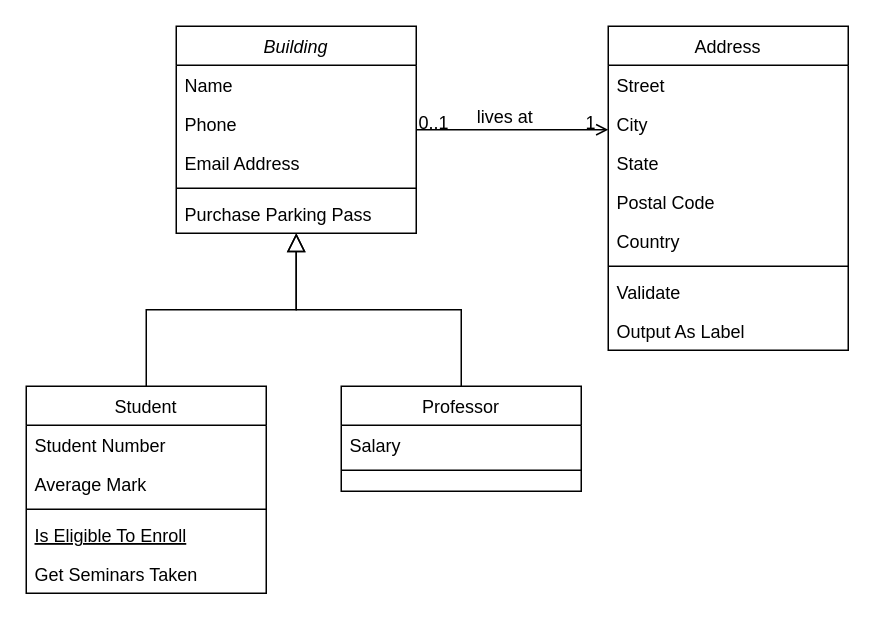
The draw.io diagram Class Diagram.drawio in EdZ543/Cookie-Clicker-Simulation, before the edit. Source tidied: cells renumbered, new cells numbered last; positions are measured from the earlier drawing's top-left corner, leaving out a move shared by most shapes. Both pictures are drawn from the tidied source at 150%, with x=0, y=0 at pixel (26, 26).
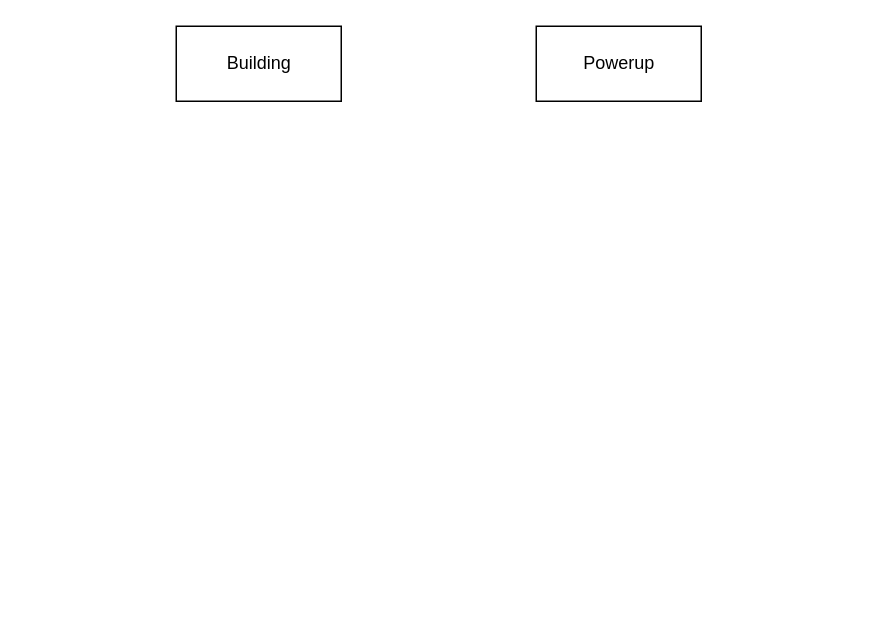
Above is the later version.

Change to the diagram source:
```diff
@@
-    <mxCell id="2" value="Building" style="swimlane;fontStyle=2;align=center;verticalAlign=top;horizontal=1;startSize=26;rounded=0;shadow=0;strokeWidth=1;" parent="1" vertex="1">
-      <mxGeometry x="100" width="160" height="138" as="geometry" />
+    <mxCell id="2" value="Building" style="html=1;" parent="1" vertex="1">
+      <mxGeometry x="100" width="110" height="50" as="geometry" />
     </mxCell>
-    <mxCell id="3" value="Name" style="text;align=left;verticalAlign=top;spacingLeft=4;spacingRight=4;overflow=hidden;" parent="2" vertex="1">
-      <mxGeometry y="26" width="160" height="26" as="geometry" />
-    </mxCell>
-    <mxCell id="4" value="Phone" style="text;align=left;verticalAlign=top;spacingLeft=4;spacingRight=4;overflow=hidden;rounded=0;shadow=0;html=0;" parent="2" vertex="1">
-      <mxGeometry y="52" width="160" height="26" as="geometry" />
-    </mxCell>
-    <mxCell id="5" value="Email Address" style="text;align=left;verticalAlign=top;spacingLeft=4;spacingRight=4;overflow=hidden;rounded=0;shadow=0;html=0;" parent="2" vertex="1">
-      <mxGeometry y="78" width="160" height="26" as="geometry" />
-    </mxCell>
-    <mxCell id="6" style="line;html=1;strokeWidth=1;align=left;verticalAlign=middle;spacingTop=-1;spacingLeft=3;spacingRight=3;labelPosition=right;" parent="2" vertex="1">
-      <mxGeometry y="104" width="160" height="8" as="geometry" />
-    </mxCell>
-    <mxCell id="7" value="Purchase Parking Pass" style="text;align=left;verticalAlign=top;spacingLeft=4;spacingRight=4;overflow=hidden;" parent="2" vertex="1">
-      <mxGeometry y="112" width="160" height="26" as="geometry" />
-    </mxCell>
-    <mxCell id="8" value="Student" style="swimlane;fontStyle=0;align=center;verticalAlign=top;horizontal=1;startSize=26;rounded=0;shadow=0;strokeWidth=1;" parent="1" vertex="1">
-      <mxGeometry y="240" width="160" height="138" as="geometry" />
-    </mxCell>
-    <mxCell id="9" value="Student Number" style="text;align=left;verticalAlign=top;spacingLeft=4;spacingRight=4;overflow=hidden;" parent="8" vertex="1">
-      <mxGeometry y="26" width="160" height="26" as="geometry" />
-    </mxCell>
-    <mxCell id="10" value="Average Mark" style="text;align=left;verticalAlign=top;spacingLeft=4;spacingRight=4;overflow=hidden;rounded=0;shadow=0;html=0;" parent="8" vertex="1">
-      <mxGeometry y="52" width="160" height="26" as="geometry" />
-    </mxCell>
-    <mxCell id="11" style="line;html=1;strokeWidth=1;align=left;verticalAlign=middle;spacingTop=-1;spacingLeft=3;spacingRight=3;labelPosition=right;" parent="8" vertex="1">
-      <mxGeometry y="78" width="160" height="8" as="geometry" />
-    </mxCell>
-    <mxCell id="12" value="Is Eligible To Enroll" style="text;align=left;verticalAlign=top;spacingLeft=4;spacingRight=4;overflow=hidden;fontStyle=4;" parent="8" vertex="1">
-      <mxGeometry y="86" width="160" height="26" as="geometry" />
-    </mxCell>
-    <mxCell id="13" value="Get Seminars Taken" style="text;align=left;verticalAlign=top;spacingLeft=4;spacingRight=4;overflow=hidden;" parent="8" vertex="1">
-      <mxGeometry y="112" width="160" height="26" as="geometry" />
-    </mxCell>
-    <mxCell id="14" style="endArrow=block;endSize=10;endFill=0;shadow=0;strokeWidth=1;rounded=0;edgeStyle=elbowEdgeStyle;elbow=vertical;" parent="1" edge="1" source="8" target="2">
-      <mxGeometry relative="1" as="geometry" />
-    </mxCell>
-    <mxCell id="15" value="Professor" style="swimlane;fontStyle=0;align=center;verticalAlign=top;horizontal=1;startSize=26;rounded=0;shadow=0;strokeWidth=1;" parent="1" vertex="1">
-      <mxGeometry x="210" y="240" width="160" height="70" as="geometry" />
-    </mxCell>
-    <mxCell id="16" value="Salary" style="text;align=left;verticalAlign=top;spacingLeft=4;spacingRight=4;overflow=hidden;" parent="15" vertex="1">
-      <mxGeometry y="26" width="160" height="26" as="geometry" />
-    </mxCell>
-    <mxCell id="17" style="line;html=1;strokeWidth=1;align=left;verticalAlign=middle;spacingTop=-1;spacingLeft=3;spacingRight=3;labelPosition=right;" parent="15" vertex="1">
-      <mxGeometry y="52" width="160" height="8" as="geometry" />
-    </mxCell>
-    <mxCell id="18" style="endArrow=block;endSize=10;endFill=0;shadow=0;strokeWidth=1;rounded=0;edgeStyle=elbowEdgeStyle;elbow=vertical;" parent="1" edge="1" source="15" target="2">
-      <mxGeometry relative="1" as="geometry" />
-    </mxCell>
-    <mxCell id="19" value="Address" style="swimlane;fontStyle=0;align=center;verticalAlign=top;horizontal=1;startSize=26;rounded=0;shadow=0;strokeWidth=1;" parent="1" vertex="1">
-      <mxGeometry x="388" width="160" height="216" as="geometry" />
-    </mxCell>
-    <mxCell id="20" value="Street" style="text;align=left;verticalAlign=top;spacingLeft=4;spacingRight=4;overflow=hidden;" parent="19" vertex="1">
-      <mxGeometry y="26" width="160" height="26" as="geometry" />
-    </mxCell>
-    <mxCell id="21" value="City" style="text;align=left;verticalAlign=top;spacingLeft=4;spacingRight=4;overflow=hidden;rounded=0;shadow=0;html=0;" parent="19" vertex="1">
-      <mxGeometry y="52" width="160" height="26" as="geometry" />
-    </mxCell>
-    <mxCell id="22" value="State" style="text;align=left;verticalAlign=top;spacingLeft=4;spacingRight=4;overflow=hidden;rounded=0;shadow=0;html=0;" parent="19" vertex="1">
-      <mxGeometry y="78" width="160" height="26" as="geometry" />
-    </mxCell>
-    <mxCell id="23" value="Postal Code" style="text;align=left;verticalAlign=top;spacingLeft=4;spacingRight=4;overflow=hidden;rounded=0;shadow=0;html=0;" parent="19" vertex="1">
-      <mxGeometry y="104" width="160" height="26" as="geometry" />
-    </mxCell>
-    <mxCell id="24" value="Country" style="text;align=left;verticalAlign=top;spacingLeft=4;spacingRight=4;overflow=hidden;rounded=0;shadow=0;html=0;" parent="19" vertex="1">
-      <mxGeometry y="130" width="160" height="26" as="geometry" />
-    </mxCell>
-    <mxCell id="25" style="line;html=1;strokeWidth=1;align=left;verticalAlign=middle;spacingTop=-1;spacingLeft=3;spacingRight=3;labelPosition=right;" parent="19" vertex="1">
-      <mxGeometry y="156" width="160" height="8" as="geometry" />
-    </mxCell>
-    <mxCell id="26" value="Validate" style="text;align=left;verticalAlign=top;spacingLeft=4;spacingRight=4;overflow=hidden;" parent="19" vertex="1">
-      <mxGeometry y="164" width="160" height="26" as="geometry" />
-    </mxCell>
-    <mxCell id="27" value="Output As Label" style="text;align=left;verticalAlign=top;spacingLeft=4;spacingRight=4;overflow=hidden;" parent="19" vertex="1">
-      <mxGeometry y="190" width="160" height="26" as="geometry" />
-    </mxCell>
-    <mxCell id="28" style="endArrow=open;shadow=0;strokeWidth=1;rounded=0;endFill=1;edgeStyle=elbowEdgeStyle;elbow=vertical;" parent="1" edge="1" source="2" target="19">
-      <mxGeometry x="0.5" y="41" relative="1" as="geometry">
-        <mxPoint x="-40" y="32" as="offset" />
-      </mxGeometry>
-    </mxCell>
-    <mxCell id="29" value="0..1" style="align=left;verticalAlign=bottom;labelBackgroundColor=none;fontSize=12;" parent="28" vertex="1">
-      <mxGeometry x="-1" relative="1" as="geometry">
-        <mxPoint y="4" as="offset" />
-      </mxGeometry>
-    </mxCell>
-    <mxCell id="30" value="1" style="align=right;verticalAlign=bottom;labelBackgroundColor=none;fontSize=12;" parent="28" vertex="1">
-      <mxGeometry x="1" relative="1" as="geometry">
-        <mxPoint x="-7" y="4" as="offset" />
-      </mxGeometry>
-    </mxCell>
-    <mxCell id="31" value="lives at" style="text;html=1;align=center;verticalAlign=middle;labelBackgroundColor=none;rounded=0;shadow=0;strokeWidth=1;fontSize=12;" parent="28" vertex="1">
-      <mxGeometry x="0.5" y="49" relative="1" as="geometry">
-        <mxPoint x="-38" y="40" as="offset" />
-      </mxGeometry>
-    </mxCell>
+    <mxCell id="32" value="Powerup" style="html=1;" parent="1" vertex="1">
+      <mxGeometry x="340" width="110" height="50" as="geometry" />
+    </mxCell>
```
